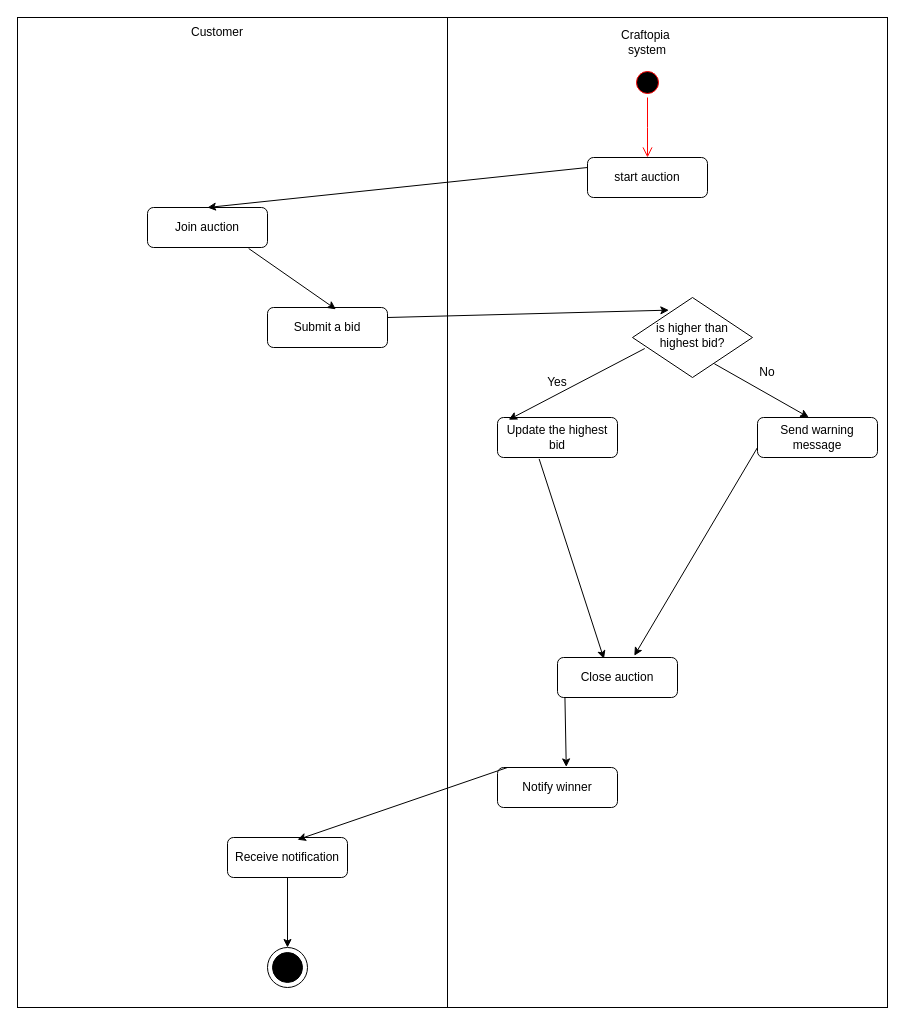
This is Activity diagram/auction.drawio from alibedair/Graduation-Project, a draw.io file, before an edit. Source tidied: cells renumbered, new cells numbered last; positions are measured from the earlier drawing's top-left corner, leaving out a move shared by most shapes. Both pictures are drawn from the tidied source at 100%, with x=0, y=0 at pixel (17, 17).
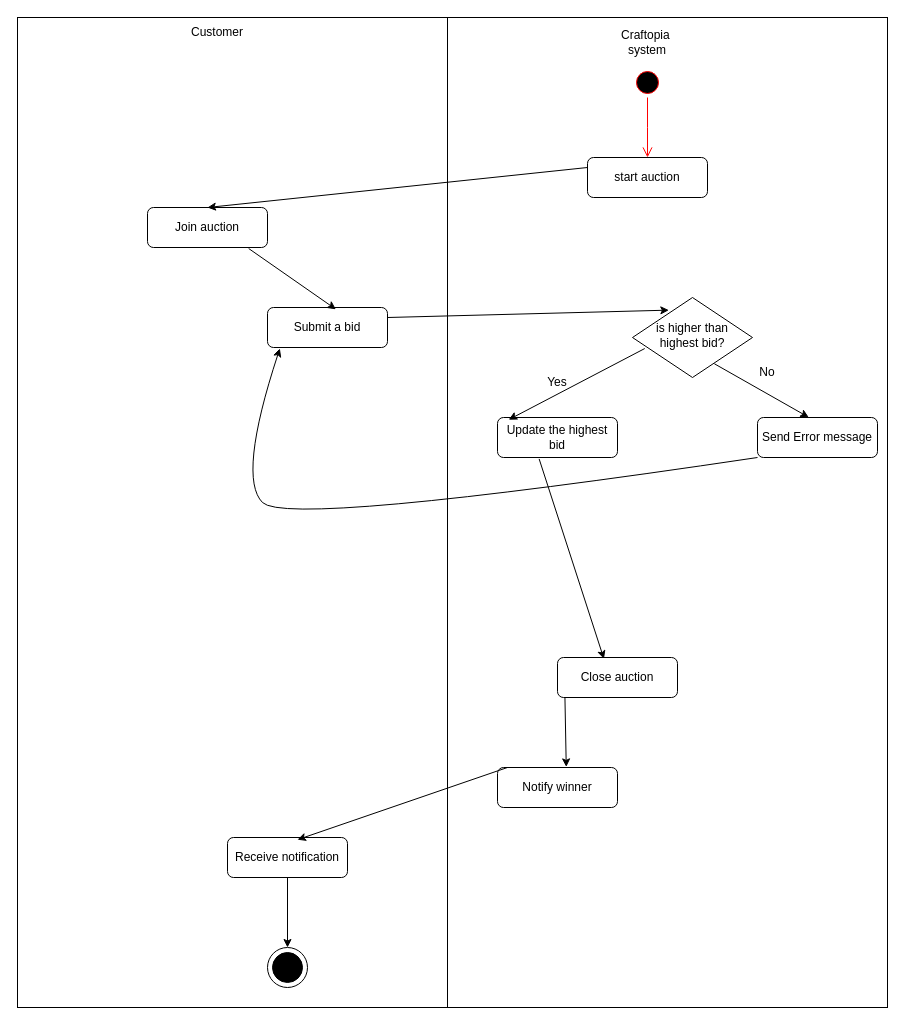
Above is the later version.

Commit message (it also covers changes not shown here):
Activity diagram

The change refers to these unchanged cells:
```xml
<mxCell id="14" value="Close auction" style="rounded=1;whiteSpace=wrap;html=1;fontSize=12;glass=0;strokeWidth=1;shadow=0;" parent="1" vertex="1">
  <mxGeometry x="540" y="640" width="120" height="40" as="geometry" />
</mxCell>
<mxCell id="17" value="Submit a bid" style="rounded=1;whiteSpace=wrap;html=1;fontSize=12;glass=0;strokeWidth=1;shadow=0;" parent="1" vertex="1">
  <mxGeometry x="250" y="290" width="120" height="40" as="geometry" />
</mxCell>
```

What changed in the source:
```diff
@@
-    <mxCell id="8" value="Send warning message" style="rounded=1;whiteSpace=wrap;html=1;fontSize=12;glass=0;strokeWidth=1;shadow=0;" parent="1" vertex="1">
+    <mxCell id="8" value="Send Error message" style="rounded=1;whiteSpace=wrap;html=1;fontSize=12;glass=0;strokeWidth=1;shadow=0;" parent="1" vertex="1">
       <mxGeometry x="740" y="400" width="120" height="40" as="geometry" />
     </mxCell>
@@
-    <mxCell id="21" style="endArrow=classic;html=1;rounded=0;exitX=0;exitY=0.75;exitDx=0;exitDy=0;entryX=0.64;entryY=-0.045;entryDx=0;entryDy=0;entryPerimeter=0;" parent="1" edge="1" source="8" target="14">
-      <mxGeometry relative="1" as="geometry" />
-    </mxCell>
@@
+    <mxCell id="30" style="curved=1;endArrow=classic;html=1;rounded=0;exitX=0;exitY=1;exitDx=0;exitDy=0;entryX=0.103;entryY=1.025;entryDx=0;entryDy=0;entryPerimeter=0;" parent="1" edge="1" source="8" target="17">
+      <mxGeometry relative="1" as="geometry">
+        <Array as="points">
+          <mxPoint x="270" y="510" />
+          <mxPoint x="220" y="460" />
+        </Array>
+      </mxGeometry>
+    </mxCell>
```
